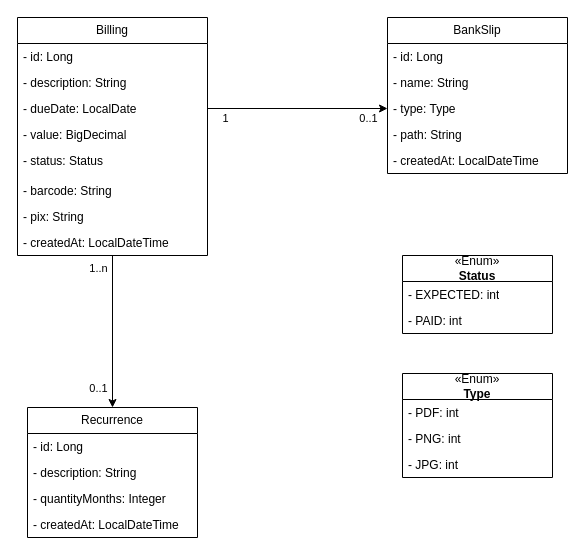
The draw.io diagram finance-manager uml.drawio in CoutinhoJhonatas/finance-manager, before the edit. Source tidied: cells renumbered, new cells numbered last; positions are measured from the earlier drawing's top-left corner, leaving out a move shared by most shapes. Both pictures are drawn from the tidied source at 100%, with x=0, y=0 at pixel (17, 17).
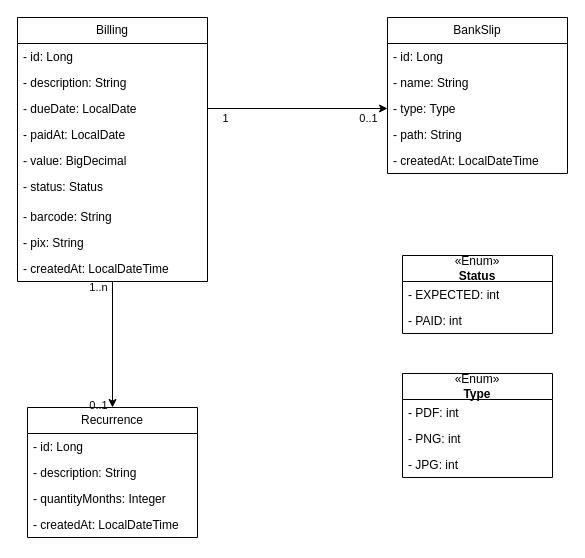
After the change.

What changed in the source:
```diff
@@
     <mxCell id="5" value="Billing" style="swimlane;fontStyle=0;horizontal=1;startSize=26;fillColor=none;whiteSpace=wrap;html=1;" parent="1" vertex="1">
-      <mxGeometry width="190" height="238" as="geometry" />
+      <mxGeometry width="190" height="264" as="geometry" />
     </mxCell>
@@
+    <mxCell id="35" value="- paidAt: LocalDate" style="text;strokeColor=none;fillColor=none;align=left;verticalAlign=top;spacingLeft=4;spacingRight=4;overflow=hidden;whiteSpace=wrap;html=1;" parent="5" vertex="1">
+      <mxGeometry y="104" width="190" height="26" as="geometry" />
+    </mxCell>
     <mxCell id="9" value="- value: BigDecimal" style="text;strokeColor=none;fillColor=none;align=left;verticalAlign=top;spacingLeft=4;spacingRight=4;overflow=hidden;whiteSpace=wrap;html=1;" parent="5" vertex="1">
-      <mxGeometry y="104" width="190" height="26" as="geometry" />
+      <mxGeometry y="130" width="190" height="26" as="geometry" />
     </mxCell>
     <mxCell id="10" value="- status: Status" style="text;strokeColor=none;fillColor=none;align=left;verticalAlign=top;spacingLeft=4;spacingRight=4;overflow=hidden;whiteSpace=wrap;html=1;" parent="5" vertex="1">
-      <mxGeometry y="130" width="190" height="30" as="geometry" />
+      <mxGeometry y="156" width="190" height="30" as="geometry" />
     </mxCell>
     <mxCell id="11" value="- barcode: String" style="text;strokeColor=none;fillColor=none;align=left;verticalAlign=top;spacingLeft=4;spacingRight=4;overflow=hidden;whiteSpace=wrap;html=1;" parent="5" vertex="1">
-      <mxGeometry y="160" width="190" height="26" as="geometry" />
+      <mxGeometry y="186" width="190" height="26" as="geometry" />
     </mxCell>
     <mxCell id="12" value="- pix: String" style="text;strokeColor=none;fillColor=none;align=left;verticalAlign=top;spacingLeft=4;spacingRight=4;overflow=hidden;whiteSpace=wrap;html=1;" parent="5" vertex="1">
-      <mxGeometry y="186" width="190" height="26" as="geometry" />
+      <mxGeometry y="212" width="190" height="26" as="geometry" />
     </mxCell>
     <mxCell id="13" value="- createdAt: LocalDateTime" style="text;strokeColor=none;fillColor=none;align=left;verticalAlign=top;spacingLeft=4;spacingRight=4;overflow=hidden;whiteSpace=wrap;html=1;" parent="5" vertex="1">
-      <mxGeometry y="212" width="190" height="26" as="geometry" />
+      <mxGeometry y="238" width="190" height="26" as="geometry" />
     </mxCell>
```
